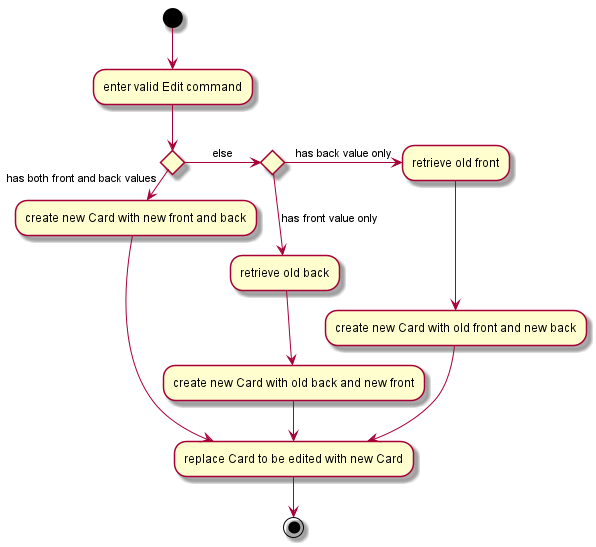
Earlier version of the PlantUML export images/EditCardActivityDiagram.png (AY1920S2-CS2103T-W17-1/main). The source it was exported from:
```plantuml
@startuml
(*) --> "enter valid Edit command"
If "" then
-> [has both front and back values] "create new Card with new front and back"
--> "replace Card to be edited with new Card"
else
-> [else] If "" then
--> [has front value only] "retrieve old back"
--> "create new Card with old back and new front"
--> "replace Card to be edited with new Card"
else
-> [has back value only] "retrieve old front"
--> "create new Card with old front and new back"
Endif
Endif
--> "replace Card to be edited with new Card"
--> (*)
@enduml
```
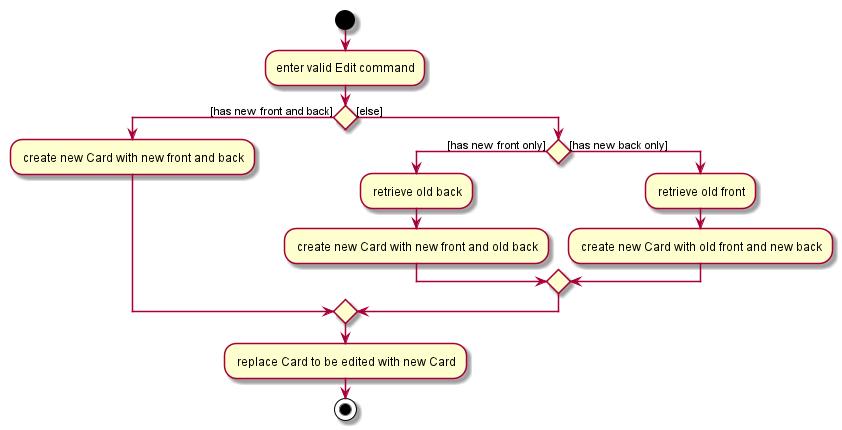
After the commit.

Diff of the diagram source:
```diff
@@ -1,18 +1,18 @@
 @startuml
-(*) --> "enter valid Edit command"
-If "" then
--> [has both front and back values] "create new Card with new front and back"
---> "replace Card to be edited with new Card"
-else
--> [else] If "" then
---> [has front value only] "retrieve old back"
---> "create new Card with old back and new front"
---> "replace Card to be edited with new Card"
-else
--> [has back value only] "retrieve old front"
---> "create new Card with old front and new back"
-Endif
-Endif
---> "replace Card to be edited with new Card"
---> (*)
-@enduml
+start
+ :enter valid Edit command;
+
+ if () then ([has new front and back])
+   : create new Card with new front and back;
+ else ([else])
+    if () then ([has new front only])
+        : retrieve old back;
+        : create new Card with new front and old back;
+    else ([has new back only])
+        : retrieve old front;
+        : create new Card with old front and new back;
+    endif
+ endif
+ : replace Card to be edited with new Card;
+ stop
+ @enduml
```
